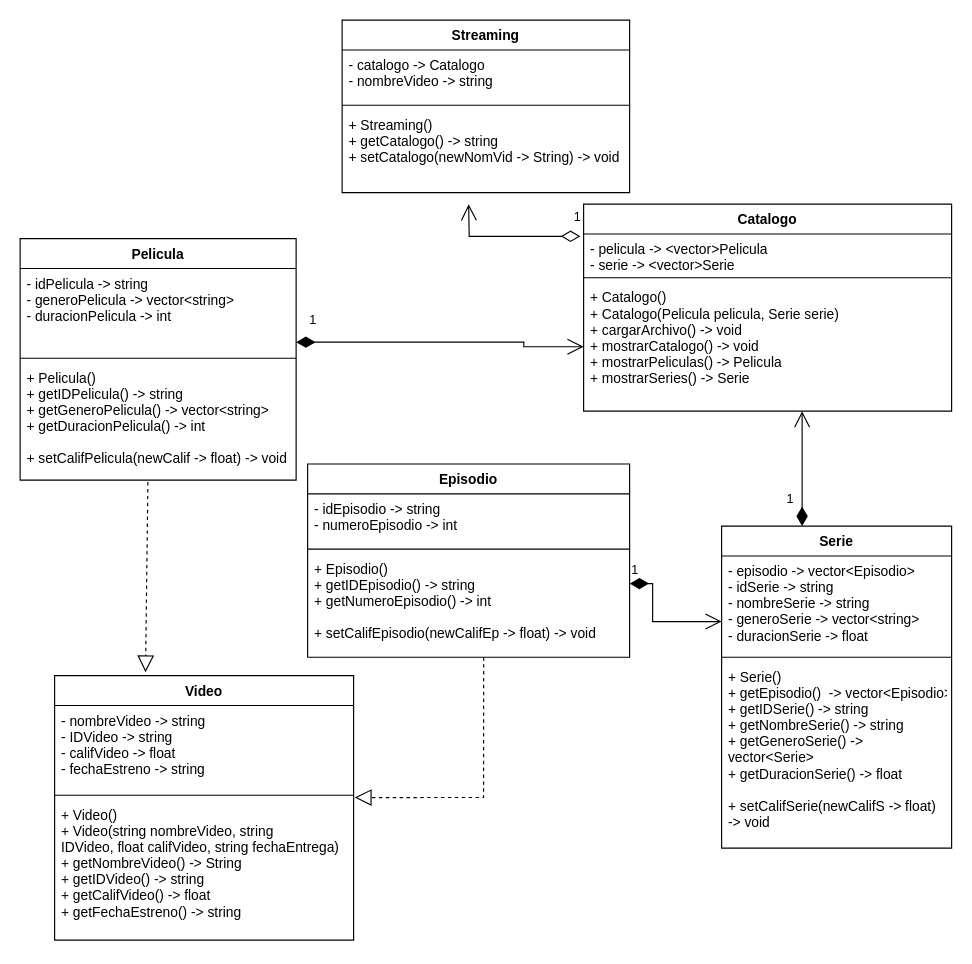
Before: DiagramaHerencia.drawio in FJ22-TC1030/proyectointegrador-a01754574, a draw.io diagram. Source tidied: cells renumbered, new cells numbered last; positions are measured from the earlier drawing's top-left corner, leaving out a move shared by most shapes. Both pictures are drawn from the tidied source at 115%, with x=0, y=0 at pixel (20, 20).
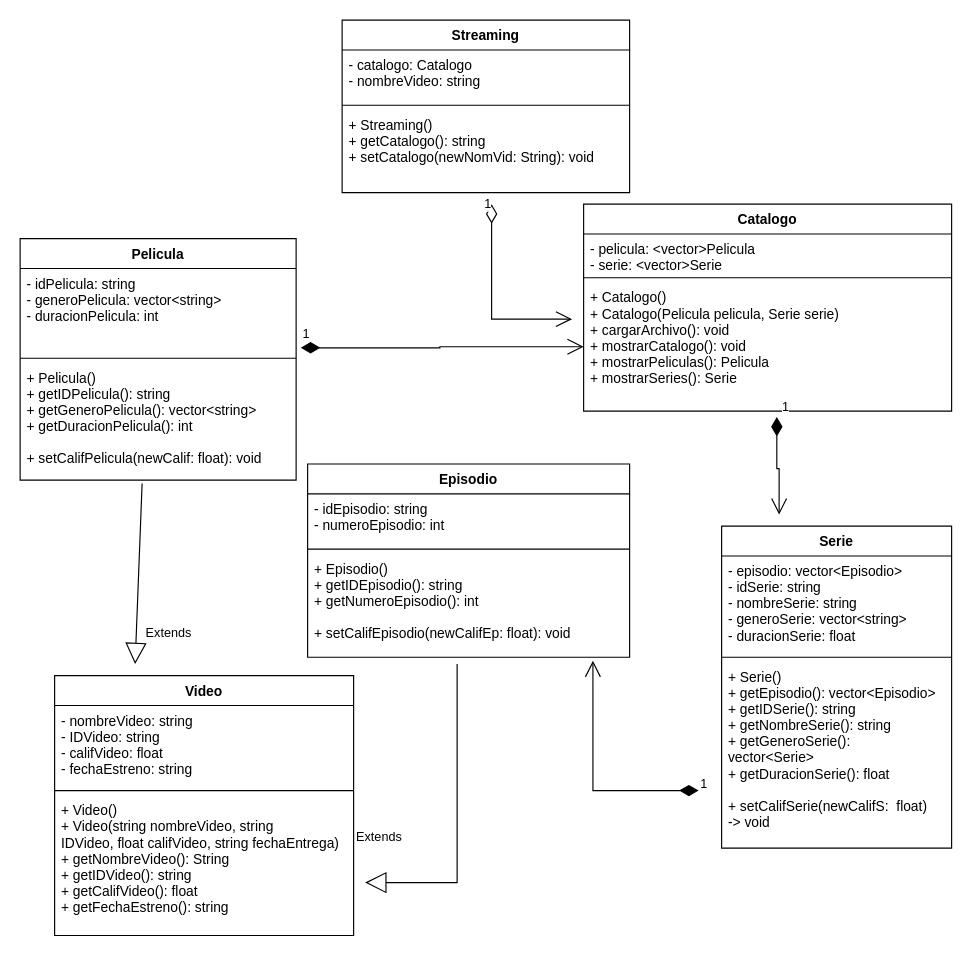
After the change.

Unchanged cells that the change refers to:
```xml
<mxCell id="2" value="Streaming" style="swimlane;fontStyle=1;align=center;verticalAlign=top;horizontal=1;startSize=26;" parent="1" vertex="1">
  <mxGeometry x="280" width="250" height="150" as="geometry" />
</mxCell>
<mxCell id="6" value="Pelicula" style="swimlane;fontStyle=1;align=center;verticalAlign=top;horizontal=1;startSize=26;" parent="1" vertex="1">
  <mxGeometry y="190" width="240" height="210" as="geometry" />
</mxCell>
<mxCell id="10" value="Catalogo" style="swimlane;fontStyle=1;align=center;verticalAlign=top;horizontal=1;startSize=26;" parent="1" vertex="1">
  <mxGeometry x="490" y="160" width="320" height="180" as="geometry" />
</mxCell>
<mxCell id="14" value="Episodio" style="swimlane;fontStyle=1;align=center;verticalAlign=top;horizontal=1;startSize=26;" parent="1" vertex="1">
  <mxGeometry x="250" y="386" width="280" height="168" as="geometry" />
</mxCell>
<mxCell id="18" value="Serie" style="swimlane;fontStyle=1;align=center;verticalAlign=top;horizontal=1;startSize=26;" parent="1" vertex="1">
  <mxGeometry x="610" y="440" width="200" height="280" as="geometry" />
</mxCell>
```

Diff of the diagram source:
```diff
@@
-    <mxCell id="3" value="- catalogo -&gt; Catalogo&#10;- nombreVideo -&gt; string" style="text;strokeColor=none;fillColor=none;align=left;verticalAlign=top;spacingLeft=4;spacingRight=4;overflow=hidden;" parent="2" vertex="1">
+    <mxCell id="3" value="- catalogo: Catalogo&#10;- nombreVideo: string" style="text;strokeColor=none;fillColor=none;align=left;verticalAlign=top;spacingLeft=4;spacingRight=4;overflow=hidden;" parent="2" vertex="1">
       <mxGeometry y="26" width="250" height="44" as="geometry" />
     </mxCell>
@@
-    <mxCell id="5" value="+ Streaming()&#10;+ getCatalogo() -&gt; string&#10;+ setCatalogo(newNomVid -&gt; String) -&gt; void&#10;&#10;" style="text;strokeColor=none;fillColor=none;align=left;verticalAlign=top;spacingLeft=4;spacingRight=4;overflow=hidden;" parent="2" vertex="1">
+    <mxCell id="5" value="+ Streaming()&#10;+ getCatalogo(): string&#10;+ setCatalogo(newNomVid: String): void&#10;&#10;" style="text;strokeColor=none;fillColor=none;align=left;verticalAlign=top;spacingLeft=4;spacingRight=4;overflow=hidden;" parent="2" vertex="1">
       <mxGeometry y="78" width="250" height="72" as="geometry" />
     </mxCell>
@@
-    <mxCell id="7" value="- idPelicula -&gt; string&#10;- generoPelicula -&gt; vector&lt;string&gt;&#10;- duracionPelicula -&gt; int&#10;" style="text;strokeColor=none;fillColor=none;align=left;verticalAlign=top;spacingLeft=4;spacingRight=4;overflow=hidden;points=[[0,0.5],[1,0.5]];portConstraint=eastwest;" parent="6" vertex="1">
+    <mxCell id="7" value="- idPelicula: string&#10;- generoPelicula: vector&lt;string&gt;&#10;- duracionPelicula: int&#10;" style="text;strokeColor=none;fillColor=none;align=left;verticalAlign=top;spacingLeft=4;spacingRight=4;overflow=hidden;points=[[0,0.5],[1,0.5]];portConstraint=eastwest;" parent="6" vertex="1">
       <mxGeometry y="26" width="240" height="74" as="geometry" />
     </mxCell>
@@
-    <mxCell id="9" value="+ Pelicula()&#10;+ getIDPelicula() -&gt; string&#10;+ getGeneroPelicula() -&gt; vector&lt;string&gt;&#10;+ getDuracionPelicula() -&gt; int&#10;&#10;+ setCalifPelicula(newCalif -&gt; float) -&gt; void&#10;&#10;" style="text;strokeColor=none;fillColor=none;align=left;verticalAlign=top;spacingLeft=4;spacingRight=4;overflow=hidden;points=[[0,0.5],[1,0.5]];portConstraint=eastwest;" parent="6" vertex="1">
+    <mxCell id="9" value="+ Pelicula()&#10;+ getIDPelicula(): string&#10;+ getGeneroPelicula(): vector&lt;string&gt;&#10;+ getDuracionPelicula(): int&#10;&#10;+ setCalifPelicula(newCalif: float): void&#10;&#10;" style="text;strokeColor=none;fillColor=none;align=left;verticalAlign=top;spacingLeft=4;spacingRight=4;overflow=hidden;points=[[0,0.5],[1,0.5]];portConstraint=eastwest;" parent="6" vertex="1">
       <mxGeometry y="108" width="240" height="102" as="geometry" />
     </mxCell>
@@
-    <mxCell id="11" value="- pelicula -&gt; &lt;vector&gt;Pelicula&#10;- serie -&gt; &lt;vector&gt;Serie" style="text;strokeColor=none;fillColor=none;align=left;verticalAlign=top;spacingLeft=4;spacingRight=4;overflow=hidden;points=[[0,0.5],[1,0.5]];portConstraint=eastwest;" parent="10" vertex="1">
+    <mxCell id="11" value="- pelicula: &lt;vector&gt;Pelicula&#10;- serie: &lt;vector&gt;Serie" style="text;strokeColor=none;fillColor=none;align=left;verticalAlign=top;spacingLeft=4;spacingRight=4;overflow=hidden;points=[[0,0.5],[1,0.5]];portConstraint=eastwest;" parent="10" vertex="1">
       <mxGeometry y="26" width="320" height="34" as="geometry" />
     </mxCell>
@@
-    <mxCell id="13" value="+ Catalogo()&#10;+ Catalogo(Pelicula pelicula, Serie serie)&#10;+ cargarArchivo() -&gt; void&#10;+ mostrarCatalogo() -&gt; void&#10;+ mostrarPeliculas() -&gt; Pelicula&#10;+ mostrarSeries() -&gt; Serie" style="text;strokeColor=none;fillColor=none;align=left;verticalAlign=top;spacingLeft=4;spacingRight=4;overflow=hidden;points=[[0,0.5],[1,0.5]];portConstraint=eastwest;" parent="10" vertex="1">
+    <mxCell id="13" value="+ Catalogo()&#10;+ Catalogo(Pelicula pelicula, Serie serie)&#10;+ cargarArchivo(): void&#10;+ mostrarCatalogo(): void&#10;+ mostrarPeliculas(): Pelicula&#10;+ mostrarSeries(): Serie" style="text;strokeColor=none;fillColor=none;align=left;verticalAlign=top;spacingLeft=4;spacingRight=4;overflow=hidden;points=[[0,0.5],[1,0.5]];portConstraint=eastwest;" parent="10" vertex="1">
       <mxGeometry y="68" width="320" height="112" as="geometry" />
     </mxCell>
@@
-    <mxCell id="15" value="- idEpisodio -&gt; string&#10;- numeroEpisodio -&gt; int&#10;" style="text;strokeColor=none;fillColor=none;align=left;verticalAlign=top;spacingLeft=4;spacingRight=4;overflow=hidden;" parent="14" vertex="1">
+    <mxCell id="15" value="- idEpisodio: string&#10;- numeroEpisodio: int&#10;" style="text;strokeColor=none;fillColor=none;align=left;verticalAlign=top;spacingLeft=4;spacingRight=4;overflow=hidden;" parent="14" vertex="1">
       <mxGeometry y="26" width="280" height="44" as="geometry" />
     </mxCell>
@@
-    <mxCell id="17" value="+ Episodio()&#10;+ getIDEpisodio() -&gt; string&#10;+ getNumeroEpisodio() -&gt; int&#10;&#10;+ setCalifEpisodio(newCalifEp -&gt; float) -&gt; void" style="text;strokeColor=none;fillColor=none;align=left;verticalAlign=top;spacingLeft=4;spacingRight=4;overflow=hidden;points=[[0,0.5],[1,0.5]];portConstraint=eastwest;" parent="14" vertex="1">
+    <mxCell id="17" value="+ Episodio()&#10;+ getIDEpisodio(): string&#10;+ getNumeroEpisodio(): int&#10;&#10;+ setCalifEpisodio(newCalifEp: float): void" style="text;strokeColor=none;fillColor=none;align=left;verticalAlign=top;spacingLeft=4;spacingRight=4;overflow=hidden;points=[[0,0.5],[1,0.5]];portConstraint=eastwest;" parent="14" vertex="1">
       <mxGeometry y="78" width="280" height="90" as="geometry" />
     </mxCell>
@@
-    <mxCell id="19" value="- episodio -&gt; vector&lt;Episodio&gt;&#10;- idSerie -&gt; string&#10;- nombreSerie -&gt; string&#10;- generoSerie -&gt; vector&lt;string&gt;&#10;- duracionSerie -&gt; float" style="text;strokeColor=none;fillColor=none;align=left;verticalAlign=top;spacingLeft=4;spacingRight=4;overflow=hidden;" parent="18" vertex="1">
+    <mxCell id="19" value="- episodio: vector&lt;Episodio&gt;&#10;- idSerie: string&#10;- nombreSerie: string&#10;- generoSerie: vector&lt;string&gt;&#10;- duracionSerie: float" style="text;strokeColor=none;fillColor=none;align=left;verticalAlign=top;spacingLeft=4;spacingRight=4;overflow=hidden;" parent="18" vertex="1">
       <mxGeometry y="26" width="200" height="84" as="geometry" />
     </mxCell>
@@
-    <mxCell id="21" value="+ Serie()&#10;+ getEpisodio()  -&gt; vector&lt;Episodio&gt;&#10;+ getIDSerie() -&gt; string&#10;+ getNombreSerie() -&gt; string&#10;+ getGeneroSerie() -&gt; &#10;vector&lt;Serie&gt;&#10;+ getDuracionSerie() -&gt; float&#10;&#10;+ setCalifSerie(newCalifS -&gt; float) &#10;-&gt; void&#10;&#10;" style="text;strokeColor=none;fillColor=none;align=left;verticalAlign=top;spacingLeft=4;spacingRight=4;overflow=hidden;" parent="18" vertex="1">
+    <mxCell id="21" value="+ Serie()&#10;+ getEpisodio(): vector&lt;Episodio&gt;&#10;+ getIDSerie(): string&#10;+ getNombreSerie(): string&#10;+ getGeneroSerie():&#10;vector&lt;Serie&gt;&#10;+ getDuracionSerie(): float&#10;&#10;+ setCalifSerie(newCalifS:  float) &#10;-&gt; void&#10;&#10;" style="text;strokeColor=none;fillColor=none;align=left;verticalAlign=top;spacingLeft=4;spacingRight=4;overflow=hidden;" parent="18" vertex="1">
       <mxGeometry y="118" width="200" height="162" as="geometry" />
     </mxCell>
-    <mxCell id="22" value="1" style="endArrow=open;html=1;endSize=12;startArrow=diamondThin;startSize=14;startFill=1;edgeStyle=orthogonalEdgeStyle;align=left;verticalAlign=bottom;rounded=0;entryX=0;entryY=0.5;entryDx=0;entryDy=0;" parent="1" edge="1" target="13">
-      <mxGeometry x="-0.92" y="10" relative="1" as="geometry">
-        <mxPoint x="240" y="280" as="sourcePoint" />
-        <Array as="points">
-          <mxPoint x="438" y="280" />
-          <mxPoint x="438" y="284" />
-        </Array>
-      </mxGeometry>
-    </mxCell>
-    <mxCell id="23" value="1" style="endArrow=open;html=1;endSize=12;startArrow=diamondThin;startSize=14;startFill=1;edgeStyle=orthogonalEdgeStyle;align=left;verticalAlign=bottom;rounded=0;" parent="1" edge="1">
-      <mxGeometry x="-1" y="3" relative="1" as="geometry">
-        <mxPoint x="530" y="490" as="sourcePoint" />
-        <mxPoint x="610" y="523" as="targetPoint" />
-        <Array as="points">
-          <mxPoint x="550" y="490" />
-          <mxPoint x="550" y="523" />
-        </Array>
-      </mxGeometry>
-    </mxCell>
-    <mxCell id="24" value="1" style="endArrow=open;html=1;endSize=12;startArrow=diamondThin;startSize=14;startFill=1;edgeStyle=orthogonalEdgeStyle;align=left;verticalAlign=bottom;rounded=0;" parent="1" edge="1">
-      <mxGeometry x="-0.71" y="15" relative="1" as="geometry">
-        <mxPoint x="680" y="440" as="sourcePoint" />
-        <mxPoint x="680" y="340" as="targetPoint" />
-      </mxGeometry>
-    </mxCell>
-    <mxCell id="25" value="1" style="endArrow=open;html=1;endSize=12;startArrow=diamondThin;startSize=14;startFill=0;edgeStyle=orthogonalEdgeStyle;align=left;verticalAlign=bottom;rounded=0;exitX=-0.009;exitY=0.059;exitDx=0;exitDy=0;exitPerimeter=0;" parent="1" edge="1" source="11">
+    <mxCell id="25" value="1" style="endArrow=open;html=1;endSize=12;startArrow=diamondThin;startSize=14;startFill=0;edgeStyle=orthogonalEdgeStyle;align=left;verticalAlign=bottom;rounded=0;" parent="1" edge="1">
       <mxGeometry x="-0.89" y="-8" relative="1" as="geometry">
-        <mxPoint x="390" y="160" as="targetPoint" />
+        <mxPoint x="410" y="160" as="sourcePoint" />
+        <mxPoint x="480" y="260" as="targetPoint" />
+        <Array as="points">
+          <mxPoint x="410" y="260" />
+        </Array>
       </mxGeometry>
     </mxCell>
     <mxCell id="26" value="Video" style="swimlane;fontStyle=1;align=center;verticalAlign=top;horizontal=1;startSize=26;" parent="1" vertex="1">
-      <mxGeometry x="30" y="570" width="260" height="230" as="geometry" />
+      <mxGeometry x="30" y="570" width="260" height="226" as="geometry" />
     </mxCell>
-    <mxCell id="27" value="- nombreVideo -&gt; string&#10;- IDVideo -&gt; string&#10;- califVideo -&gt; float&#10;- fechaEstreno -&gt; string" style="text;strokeColor=none;fillColor=none;align=left;verticalAlign=top;spacingLeft=4;spacingRight=4;overflow=hidden;" parent="26" vertex="1">
-      <mxGeometry y="26" width="260" height="74" as="geometry" />
+    <mxCell id="27" value="- nombreVideo: string&#10;- IDVideo: string&#10;- califVideo: float&#10;- fechaEstreno: string" style="text;strokeColor=none;fillColor=none;align=left;verticalAlign=top;spacingLeft=4;spacingRight=4;overflow=hidden;" parent="26" vertex="1">
+      <mxGeometry y="26" width="260" height="70" as="geometry" />
     </mxCell>
     <mxCell id="28" style="line;strokeWidth=1;fillColor=none;align=left;verticalAlign=middle;spacingTop=-1;spacingLeft=3;spacingRight=3;labelPosition=right;" parent="26" vertex="1">
-      <mxGeometry y="100" width="260" height="8" as="geometry" />
+      <mxGeometry y="96" width="260" height="8" as="geometry" />
     </mxCell>
-    <mxCell id="29" value="+ Video()&#10;+ Video(string nombreVideo, string&#10;IDVideo, float califVideo, string fechaEntrega) &#10;+ getNombreVideo() -&gt; String&#10;+ getIDVideo() -&gt; string&#10;+ getCalifVideo() -&gt; float&#10;+ getFechaEstreno() -&gt; string" style="text;strokeColor=none;fillColor=none;align=left;verticalAlign=top;spacingLeft=4;spacingRight=4;overflow=hidden;points=[[0,0.5],[1,0.5]];portConstraint=eastwest;" parent="26" vertex="1">
-      <mxGeometry y="108" width="260" height="122" as="geometry" />
+    <mxCell id="29" value="+ Video()&#10;+ Video(string nombreVideo, string&#10;IDVideo, float califVideo, string fechaEntrega) &#10;+ getNombreVideo(): String&#10;+ getIDVideo(): string&#10;+ getCalifVideo(): float&#10;+ getFechaEstreno(): string" style="text;strokeColor=none;fillColor=none;align=left;verticalAlign=top;spacingLeft=4;spacingRight=4;overflow=hidden;points=[[0,0.5],[1,0.5]];portConstraint=eastwest;" parent="26" vertex="1">
+      <mxGeometry y="104" width="260" height="122" as="geometry" />
     </mxCell>
-    <mxCell id="30" style="endArrow=block;dashed=1;endFill=0;endSize=12;html=1;rounded=0;exitX=0.463;exitY=1.017;exitDx=0;exitDy=0;exitPerimeter=0;entryX=0.304;entryY=-0.013;entryDx=0;entryDy=0;entryPerimeter=0;" parent="1" edge="1" source="9" target="26">
-      <mxGeometry relative="1" as="geometry" />
-    </mxCell>
-    <mxCell id="31" style="endArrow=block;dashed=1;endFill=0;endSize=12;html=1;rounded=0;exitX=0.463;exitY=1.017;exitDx=0;exitDy=0;exitPerimeter=0;entryX=1.004;entryY=-0.016;entryDx=0;entryDy=0;entryPerimeter=0;" parent="1" edge="1" target="29">
-      <mxGeometry relative="1" as="geometry">
-        <mxPoint x="403.1" y="554" as="sourcePoint" />
-        <Array as="points">
-          <mxPoint x="403" y="676" />
-        </Array>
-      </mxGeometry>
-    </mxCell>
+    <mxCell id="32" value="1" style="endArrow=open;html=1;endSize=12;startArrow=diamondThin;startSize=14;startFill=1;edgeStyle=orthogonalEdgeStyle;align=left;verticalAlign=bottom;rounded=0;entryX=0;entryY=0.5;entryDx=0;entryDy=0;exitX=1.017;exitY=0.932;exitDx=0;exitDy=0;exitPerimeter=0;" parent="1" edge="1" source="7" target="13">
+      <mxGeometry x="-1" y="3" relative="1" as="geometry" />
+    </mxCell>
+    <mxCell id="33" value="1" style="endArrow=open;html=1;endSize=12;startArrow=diamondThin;startSize=14;startFill=1;edgeStyle=orthogonalEdgeStyle;align=left;verticalAlign=bottom;rounded=0;entryX=0.886;entryY=1.033;entryDx=0;entryDy=0;entryPerimeter=0;" parent="1" edge="1" target="17">
+      <mxGeometry x="-1" y="3" relative="1" as="geometry">
+        <mxPoint x="590" y="670" as="sourcePoint" />
+        <Array as="points">
+          <mxPoint x="498" y="670" />
+        </Array>
+      </mxGeometry>
+    </mxCell>
+    <mxCell id="34" value="1" style="endArrow=open;html=1;endSize=12;startArrow=diamondThin;startSize=14;startFill=1;edgeStyle=orthogonalEdgeStyle;align=left;verticalAlign=bottom;rounded=0;exitX=0.525;exitY=1.045;exitDx=0;exitDy=0;exitPerimeter=0;" parent="1" edge="1" source="13">
+      <mxGeometry x="-1" y="3" relative="1" as="geometry">
+        <mxPoint x="660" y="430" as="targetPoint" />
+        <Array as="points">
+          <mxPoint x="658" y="390" />
+          <mxPoint x="660" y="390" />
+        </Array>
+      </mxGeometry>
+    </mxCell>
+    <mxCell id="35" value="Extends" style="endArrow=block;endSize=16;endFill=0;html=1;rounded=0;" parent="1" edge="1">
+      <mxGeometry x="0.91" y="-40" relative="1" as="geometry">
+        <mxPoint x="380" y="560" as="sourcePoint" />
+        <mxPoint x="300" y="750" as="targetPoint" />
+        <Array as="points">
+          <mxPoint x="380" y="750" />
+        </Array>
+      </mxGeometry>
+    </mxCell>
+    <mxCell id="36" value="Extends" style="endArrow=block;endSize=16;endFill=0;html=1;rounded=0;exitX=0.442;exitY=1.029;exitDx=0;exitDy=0;exitPerimeter=0;" parent="1" edge="1" source="9">
+      <mxGeometry x="0.64" y="28" relative="1" as="geometry">
+        <mxPoint x="100" y="560" as="targetPoint" />
+      </mxGeometry>
+    </mxCell>
```
